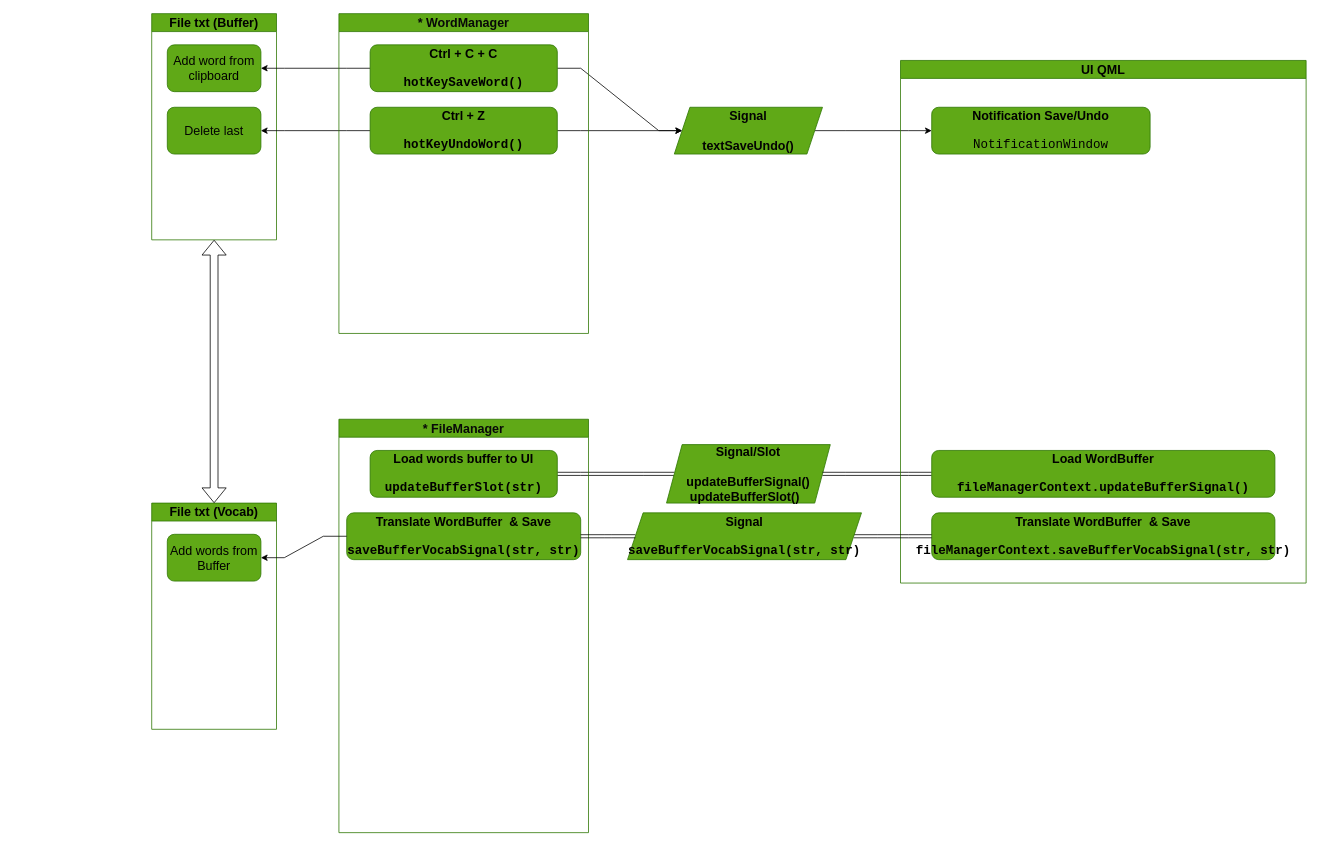
This is Logic.drawio from Spectre944/RememberIt, a draw.io file, before an edit. Source tidied: cells renumbered, new cells numbered last; positions are measured from the earlier drawing's top-left corner, leaving out a move shared by most shapes. Both pictures are drawn from the tidied source at 78%, with x=0, y=0 at pixel (151, 13).
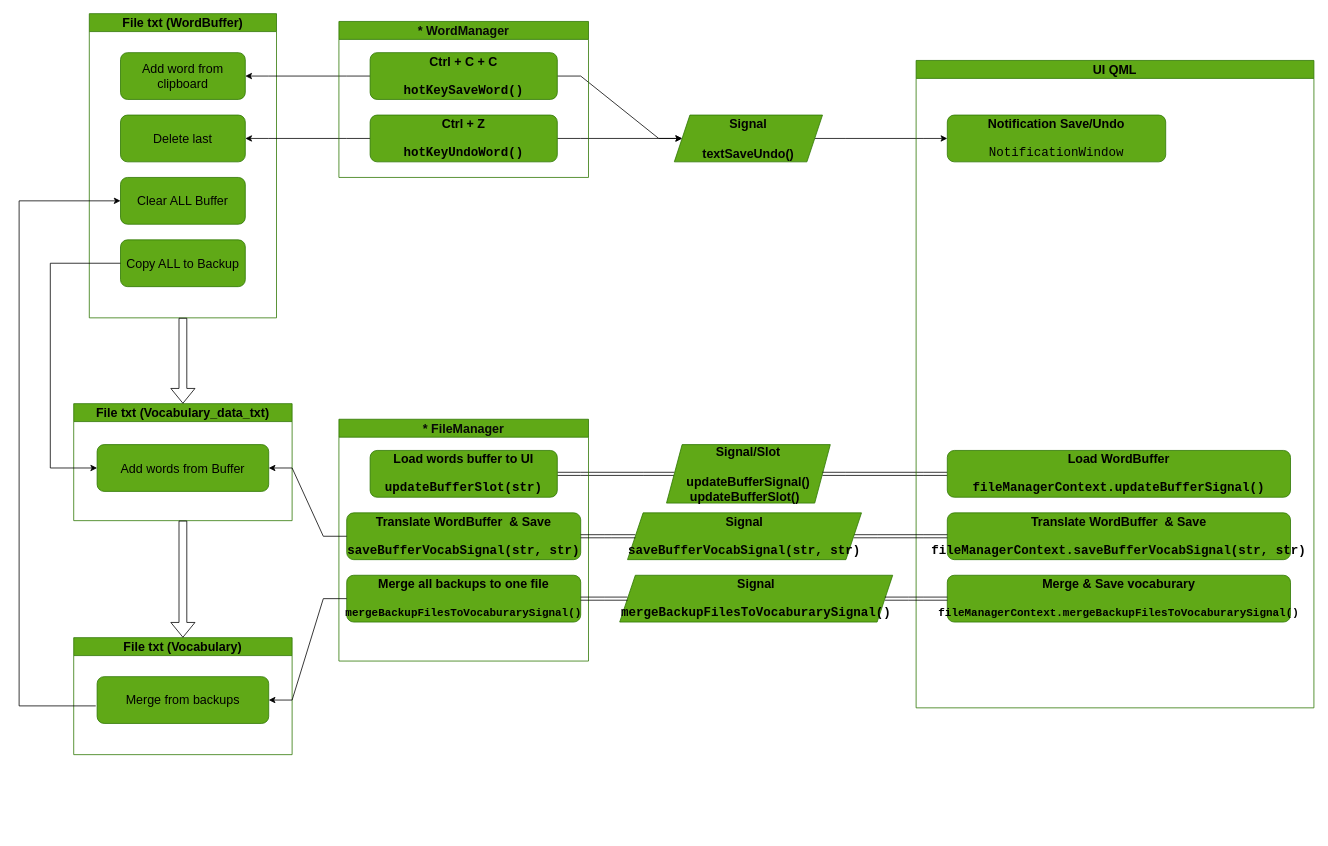
Above is the later version.

What changed in the source:
```diff
@@
     <mxCell id="3" value="&lt;font style=&quot;font-size: 16px;&quot;&gt;&lt;b&gt;&lt;font color=&quot;#030303&quot;&gt;&lt;font style=&quot;font-size: 16px;&quot;&gt;Signal&lt;br&gt;&lt;/font&gt;&lt;br&gt;textSaveUndo()&lt;/font&gt;&lt;/b&gt;&lt;br style=&quot;font-size: 16px;&quot;&gt;&lt;/font&gt;" style="shape=parallelogram;perimeter=parallelogramPerimeter;whiteSpace=wrap;html=1;fixedSize=1;fillColor=#60a917;fontColor=#ffffff;strokeColor=#2D7600;fontSize=16;direction=east;" parent="1" vertex="1">
-      <mxGeometry x="670" y="120" width="190" height="60" as="geometry" />
+      <mxGeometry x="670" y="130" width="190" height="60" as="geometry" />
     </mxCell>
@@
-    <mxCell id="9" value="&lt;font color=&quot;#000000&quot; style=&quot;font-size: 16px;&quot;&gt;File txt (Buffer)&lt;/font&gt;" style="swimlane;whiteSpace=wrap;html=1;fillColor=#60a917;fontColor=#ffffff;strokeColor=#2D7600;" parent="1" vertex="1">
-      <mxGeometry width="160" height="290" as="geometry" />
+    <mxCell id="9" value="&lt;font color=&quot;#000000&quot; style=&quot;font-size: 16px;&quot;&gt;File txt (WordBuffer)&lt;/font&gt;" style="swimlane;whiteSpace=wrap;html=1;fillColor=#60a917;fontColor=#ffffff;strokeColor=#2D7600;" parent="1" vertex="1">
+      <mxGeometry x="-80" width="240" height="390" as="geometry" />
     </mxCell>
     <mxCell id="10" value="&lt;font color=&quot;#000000&quot; style=&quot;font-size: 16px;&quot;&gt;Add word from clipboard&lt;/font&gt;" style="rounded=1;whiteSpace=wrap;html=1;fillColor=#60a917;fontColor=#ffffff;strokeColor=#2D7600;fontSize=16;" parent="9" vertex="1">
-      <mxGeometry x="20" y="40" width="120" height="60" as="geometry" />
+      <mxGeometry x="40" y="50" width="160" height="60" as="geometry" />
     </mxCell>
     <mxCell id="11" value="&lt;font color=&quot;#030303&quot; style=&quot;font-size: 16px;&quot;&gt;Delete last&lt;/font&gt;" style="rounded=1;whiteSpace=wrap;html=1;fillColor=#60a917;fontColor=#ffffff;strokeColor=#2D7600;fontSize=16;" parent="9" vertex="1">
-      <mxGeometry x="20" y="120" width="120" height="60" as="geometry" />
+      <mxGeometry x="40" y="130" width="160" height="60" as="geometry" />
     </mxCell>
+    <mxCell id="31" value="&lt;font color=&quot;#030303&quot; style=&quot;font-size: 16px;&quot;&gt;Clear ALL Buffer&lt;/font&gt;" style="rounded=1;whiteSpace=wrap;html=1;fillColor=#60a917;fontColor=#ffffff;strokeColor=#2D7600;fontSize=16;" parent="9" vertex="1">
+      <mxGeometry x="40" y="210" width="160" height="60" as="geometry" />
+    </mxCell>
+    <mxCell id="32" value="&lt;font color=&quot;#030303&quot; style=&quot;font-size: 16px;&quot;&gt;Copy ALL to Backup&lt;/font&gt;" style="rounded=1;whiteSpace=wrap;html=1;fillColor=#60a917;fontColor=#ffffff;strokeColor=#2D7600;fontSize=16;" parent="9" vertex="1">
+      <mxGeometry x="40" y="290" width="160" height="60" as="geometry" />
+    </mxCell>
@@
     <mxCell id="14" value="&lt;b style=&quot;border-color: var(--border-color); color: rgb(8, 8, 8); font-size: 16px;&quot;&gt;* WordManager&lt;/b&gt;" style="swimlane;whiteSpace=wrap;html=1;fillColor=#60a917;fontColor=#ffffff;strokeColor=#2D7600;" parent="1" vertex="1">
-      <mxGeometry x="240" width="320" height="410" as="geometry" />
+      <mxGeometry x="240" y="10" width="320" height="200" as="geometry" />
     </mxCell>
@@
     <mxCell id="17" value="&lt;b style=&quot;border-color: var(--border-color); color: rgb(8, 8, 8); font-size: 16px;&quot;&gt;* FileManager&lt;/b&gt;" style="swimlane;whiteSpace=wrap;html=1;fillColor=#60a917;fontColor=#ffffff;strokeColor=#2D7600;" parent="1" vertex="1">
-      <mxGeometry x="240" y="520" width="320" height="530" as="geometry" />
+      <mxGeometry x="240" y="520" width="320" height="310" as="geometry" />
     </mxCell>
@@
+    <mxCell id="33" value="&lt;font color=&quot;#000000&quot; style=&quot;font-size: 16px;&quot;&gt;Merge all backups to one file&lt;br&gt;&lt;br&gt;&lt;/font&gt;&lt;pre style=&quot;border-color: var(--border-color); text-align: left; margin-top: 0px; margin-bottom: 0px;&quot;&gt;&lt;pre style=&quot;margin-top: 0px; margin-bottom: 0px;&quot;&gt;&lt;font style=&quot;font-size: 14px;&quot; color=&quot;#000000&quot;&gt;mergeBackupFilesToVocaburarySignal()&lt;/font&gt;&lt;/pre&gt;&lt;/pre&gt;" style="rounded=1;whiteSpace=wrap;html=1;fontSize=16;fontColor=#ffffff;fontStyle=1;fillColor=#60a917;strokeColor=#2D7600;" parent="17" vertex="1">
+      <mxGeometry x="10" y="200" width="300" height="60" as="geometry" />
+    </mxCell>
     <mxCell id="20" value="&lt;font style=&quot;font-size: 16px;&quot; color=&quot;#000000&quot;&gt;UI QML&lt;/font&gt;" style="swimlane;whiteSpace=wrap;html=1;fillColor=#60a917;fontColor=#ffffff;strokeColor=#2D7600;" parent="1" vertex="1">
-      <mxGeometry x="960" y="60" width="520" height="670" as="geometry" />
+      <mxGeometry x="980" y="60" width="510" height="830" as="geometry" />
     </mxCell>
     <mxCell id="21" value="&lt;b&gt;&lt;font color=&quot;#000000&quot;&gt;Notification Save/Undo&lt;br&gt;&lt;br&gt;&lt;/font&gt;&lt;/b&gt;&lt;pre style=&quot;margin-top: 0px; margin-bottom: 0px;&quot;&gt;&lt;font color=&quot;#000000&quot;&gt;NotificationWindow&lt;/font&gt;&lt;/pre&gt;" style="rounded=1;whiteSpace=wrap;html=1;fontSize=16;fillColor=#60a917;fontColor=#ffffff;strokeColor=#2D7600;" parent="20" vertex="1">
-      <mxGeometry x="40" y="60" width="280" height="60" as="geometry" />
+      <mxGeometry x="40" y="70" width="280" height="60" as="geometry" />
     </mxCell>
@@
+    <mxCell id="34" value="&lt;font color=&quot;#000000&quot;&gt;Merge &amp;amp; Save vocaburary&lt;br&gt;&lt;br&gt;&lt;/font&gt;&lt;pre style=&quot;margin-top: 0px; margin-bottom: 0px;&quot;&gt;&lt;font style=&quot;font-size: 14px;&quot; color=&quot;#000000&quot;&gt;fileManagerContext.mergeBackupFilesToVocaburarySignal()&lt;/font&gt;&lt;/pre&gt;" style="rounded=1;whiteSpace=wrap;html=1;fontSize=16;fontColor=#ffffff;fontStyle=1;fillColor=#60a917;strokeColor=#2D7600;" parent="20" vertex="1">
+      <mxGeometry x="40" y="660" width="440" height="60" as="geometry" />
+    </mxCell>
-    <mxCell id="24" value="&lt;font color=&quot;#000000&quot; style=&quot;font-size: 16px;&quot;&gt;File txt (Vocab)&lt;/font&gt;" style="swimlane;whiteSpace=wrap;html=1;fillColor=#60a917;fontColor=#ffffff;strokeColor=#2D7600;" parent="1" vertex="1">
-      <mxGeometry y="627.5" width="160" height="290" as="geometry" />
+    <mxCell id="24" value="&lt;font color=&quot;#000000&quot; style=&quot;font-size: 16px;&quot;&gt;File txt (Vocabulary_data_txt)&lt;/font&gt;" style="swimlane;whiteSpace=wrap;html=1;fillColor=#60a917;fontColor=#ffffff;strokeColor=#2D7600;" parent="1" vertex="1">
+      <mxGeometry x="-100" y="500" width="280" height="150" as="geometry" />
     </mxCell>
     <mxCell id="25" value="&lt;font color=&quot;#000000&quot; style=&quot;font-size: 16px;&quot;&gt;Add words from Buffer&lt;/font&gt;" style="rounded=1;whiteSpace=wrap;html=1;fillColor=#60a917;fontColor=#ffffff;strokeColor=#2D7600;fontSize=16;" parent="24" vertex="1">
-      <mxGeometry x="20" y="40" width="120" height="60" as="geometry" />
+      <mxGeometry x="30" y="52.5" width="220" height="60" as="geometry" />
     </mxCell>
@@
-    <mxCell id="29" style="shape=flexArrow;endArrow=classic;startArrow=classic;html=1;rounded=0;entryX=0.5;entryY=1;entryDx=0;entryDy=0;exitX=0.5;exitY=0;exitDx=0;exitDy=0;" parent="1" edge="1" source="24" target="9">
-      <mxGeometry relative="1" as="geometry" />
-    </mxCell>
@@
+    <mxCell id="35" value="&lt;font color=&quot;#000000&quot; style=&quot;font-size: 16px;&quot;&gt;&lt;b&gt;&lt;font style=&quot;font-size: 16px;&quot;&gt;Signal&lt;br&gt;&lt;/font&gt;&lt;br&gt;&lt;pre style=&quot;margin-top: 0px; margin-bottom: 0px;&quot;&gt;&lt;pre style=&quot;border-color: var(--border-color); color: rgb(255, 255, 255); text-align: left; margin-top: 0px; margin-bottom: 0px;&quot;&gt;&lt;font style=&quot;border-color: var(--border-color);&quot; color=&quot;#000000&quot;&gt;mergeBackupFilesToVocaburarySignal()&lt;/font&gt;&lt;/pre&gt;&lt;/pre&gt;&lt;/b&gt;&lt;/font&gt;" style="shape=parallelogram;perimeter=parallelogramPerimeter;whiteSpace=wrap;html=1;fixedSize=1;fillColor=#60a917;fontColor=#ffffff;strokeColor=#2D7600;fontSize=16;" parent="1" vertex="1">
+      <mxGeometry x="600" y="720" width="350" height="60" as="geometry" />
+    </mxCell>
+    <mxCell id="36" style="edgeStyle=entityRelationEdgeStyle;rounded=0;jettySize=auto;html=1;shape=link;exitX=0;exitY=0.5;exitDx=0;exitDy=0;" parent="1" edge="1" source="35" target="33">
+      <mxGeometry relative="1" as="geometry">
+        <Array as="points">
+          <mxPoint x="550" y="740" />
+        </Array>
+      </mxGeometry>
+    </mxCell>
+    <mxCell id="37" style="edgeStyle=entityRelationEdgeStyle;rounded=0;jettySize=auto;html=1;shape=link;exitX=1;exitY=0.5;exitDx=0;exitDy=0;entryX=0;entryY=0.5;entryDx=0;entryDy=0;" parent="1" edge="1" source="35" target="34">
+      <mxGeometry relative="1" as="geometry">
+        <Array as="points">
+          <mxPoint x="840" y="870" />
+          <mxPoint x="810" y="830" />
+        </Array>
+      </mxGeometry>
+    </mxCell>
+    <mxCell id="38" value="&lt;font color=&quot;#000000&quot; style=&quot;font-size: 16px;&quot;&gt;File txt (Vocabulary)&lt;/font&gt;" style="swimlane;whiteSpace=wrap;html=1;fillColor=#60a917;fontColor=#ffffff;strokeColor=#2D7600;" parent="1" vertex="1">
+      <mxGeometry x="-100" y="800" width="280" height="150" as="geometry" />
+    </mxCell>
+    <mxCell id="39" value="&lt;font color=&quot;#000000&quot; style=&quot;font-size: 16px;&quot;&gt;Merge from backups&lt;/font&gt;" style="rounded=1;whiteSpace=wrap;html=1;fillColor=#60a917;fontColor=#ffffff;strokeColor=#2D7600;fontSize=16;" parent="38" vertex="1">
+      <mxGeometry x="30" y="50" width="220" height="60" as="geometry" />
+    </mxCell>
+    <mxCell id="40" style="edgeStyle=entityRelationEdgeStyle;rounded=0;jettySize=auto;html=1;entryX=1;entryY=0.5;entryDx=0;entryDy=0;exitX=0;exitY=0.5;exitDx=0;exitDy=0;" parent="1" edge="1" source="33" target="39">
+      <mxGeometry relative="1" as="geometry" />
+    </mxCell>
+    <mxCell id="41" style="shape=flexArrow;endArrow=classic;html=1;rounded=0;exitX=0.5;exitY=1;exitDx=0;exitDy=0;entryX=0.5;entryY=0;entryDx=0;entryDy=0;" parent="1" edge="1" source="9" target="24">
+      <mxGeometry relative="1" as="geometry" />
+    </mxCell>
+    <mxCell id="42" style="shape=flexArrow;endArrow=classic;html=1;rounded=0;exitX=0.5;exitY=1;exitDx=0;exitDy=0;entryX=0.5;entryY=0;entryDx=0;entryDy=0;" parent="1" edge="1" source="24" target="38">
+      <mxGeometry relative="1" as="geometry" />
+    </mxCell>
+    <mxCell id="43" style="endArrow=classic;html=1;rounded=0;exitX=-0.008;exitY=0.625;exitDx=0;exitDy=0;exitPerimeter=0;entryX=0;entryY=0.5;entryDx=0;entryDy=0;edgeStyle=orthogonalEdgeStyle;" parent="1" edge="1" source="39" target="31">
+      <mxGeometry relative="1" as="geometry">
+        <Array as="points">
+          <mxPoint x="-170" y="888" />
+          <mxPoint x="-170" y="240" />
+        </Array>
+      </mxGeometry>
+    </mxCell>
+    <mxCell id="44" style="endArrow=classic;html=1;rounded=0;exitX=0;exitY=0.5;exitDx=0;exitDy=0;entryX=0;entryY=0.5;entryDx=0;entryDy=0;edgeStyle=orthogonalEdgeStyle;" parent="1" edge="1" source="32" target="25">
+      <mxGeometry relative="1" as="geometry">
+        <Array as="points">
+          <mxPoint x="-130" y="320" />
+          <mxPoint x="-130" y="583" />
+        </Array>
+      </mxGeometry>
+    </mxCell>
```
